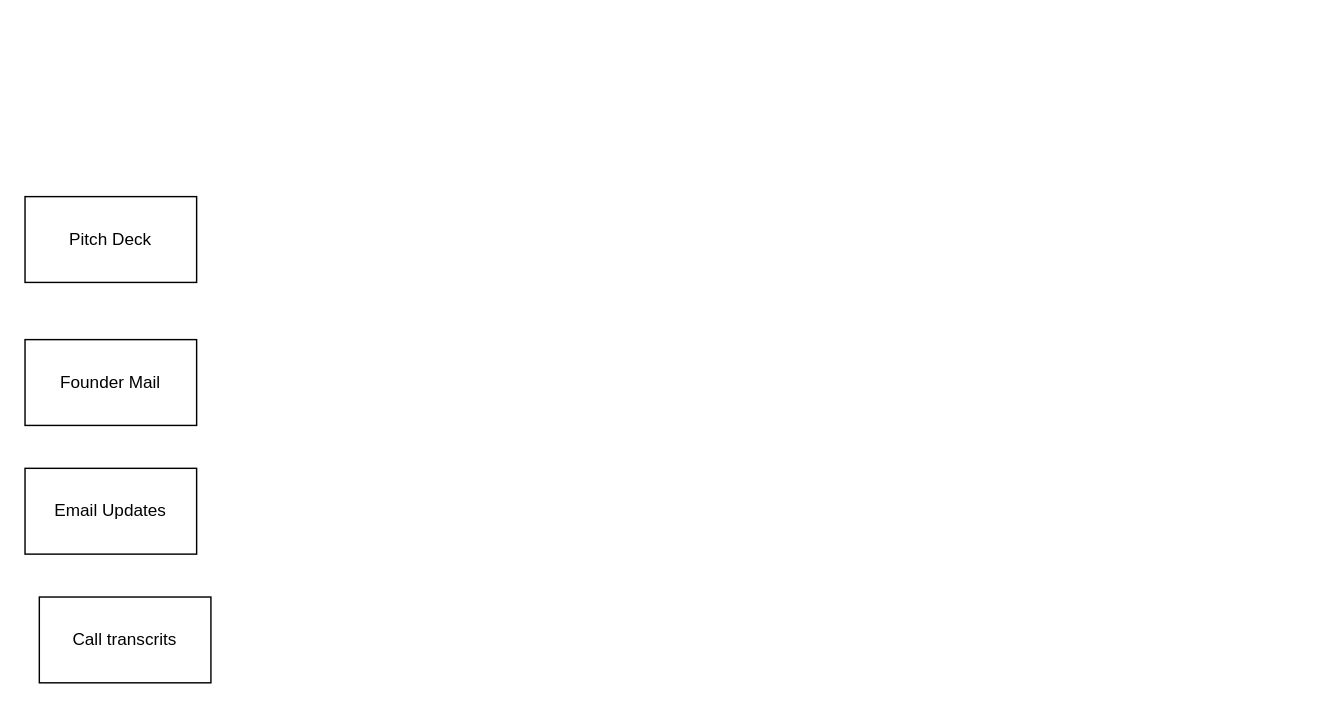
Earlier version of the draw.io diagram Untitled Diagram.drawio (arunkumar09052024/fastap-render). Source tidied: cells renumbered, new cells numbered last; positions are measured from the earlier drawing's top-left corner, leaving out a move shared by most shapes. Both pictures are drawn from the tidied source at 143%, with x=0, y=0 at pixel (24, 196).
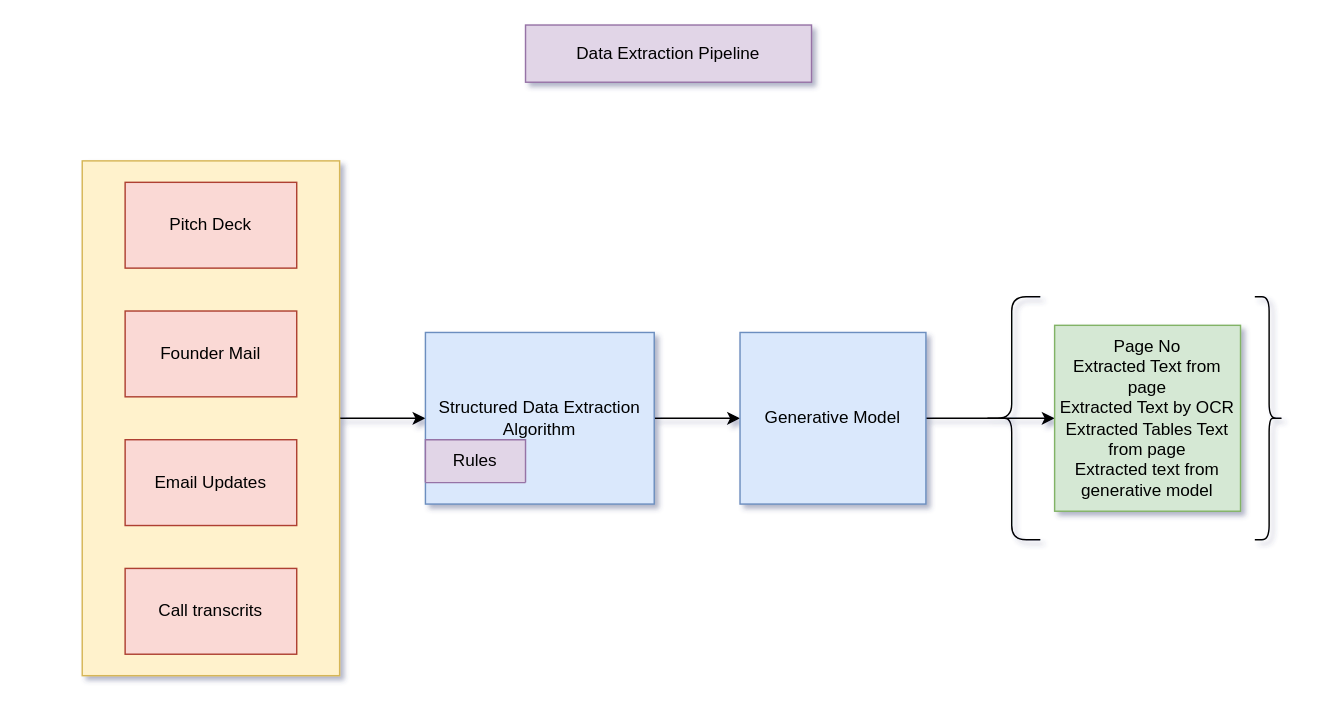
Above is the later version.

Diff of the diagram source:
```diff
@@
-<mxGraphModel>
+<mxGraphModel shadow="1">
   <root>
     <mxCell id="0" />
     <mxCell id="1" parent="0" />
+    <mxCell id="6" style="edgeStyle=orthogonalEdgeStyle;rounded=0;jettySize=auto;html=1;flowAnimation=1;" parent="1" edge="1" source="7" target="9">
+      <mxGeometry relative="1" as="geometry" />
+    </mxCell>
+    <mxCell id="7" style="rounded=0;whiteSpace=wrap;html=1;fillColor=#fff2cc;strokeColor=#d6b656;" parent="1" vertex="1">
+      <mxGeometry x="40" y="-25" width="180" height="360" as="geometry" />
+    </mxCell>
-    <mxCell id="2" value="Pitch Deck" style="rounded=0;whiteSpace=wrap;html=1;" parent="1" vertex="1">
-      <mxGeometry width="120" height="60" as="geometry" />
+    <mxCell id="2" value="Pitch Deck" style="rounded=0;whiteSpace=wrap;html=1;fillColor=#fad9d5;strokeColor=#ae4132;" parent="1" vertex="1">
+      <mxGeometry x="70" y="-10" width="120" height="60" as="geometry" />
     </mxCell>
-    <mxCell id="3" value="Founder Mail" style="rounded=0;whiteSpace=wrap;html=1;" parent="1" vertex="1">
-      <mxGeometry y="100" width="120" height="60" as="geometry" />
+    <mxCell id="3" value="Founder Mail" style="rounded=0;whiteSpace=wrap;html=1;fillColor=#fad9d5;strokeColor=#ae4132;" parent="1" vertex="1">
+      <mxGeometry x="70" y="80" width="120" height="60" as="geometry" />
     </mxCell>
-    <mxCell id="4" value="Email Updates" style="rounded=0;whiteSpace=wrap;html=1;" parent="1" vertex="1">
-      <mxGeometry y="190" width="120" height="60" as="geometry" />
+    <mxCell id="4" value="Email Updates" style="rounded=0;whiteSpace=wrap;html=1;fillColor=#fad9d5;strokeColor=#ae4132;" parent="1" vertex="1">
+      <mxGeometry x="70" y="170" width="120" height="60" as="geometry" />
     </mxCell>
-    <mxCell id="5" value="Call transcrits" style="rounded=0;whiteSpace=wrap;html=1;" parent="1" vertex="1">
-      <mxGeometry x="10" y="280" width="120" height="60" as="geometry" />
+    <mxCell id="5" value="Call transcrits" style="rounded=0;whiteSpace=wrap;html=1;fillColor=#fad9d5;strokeColor=#ae4132;" parent="1" vertex="1">
+      <mxGeometry x="70" y="260" width="120" height="60" as="geometry" />
     </mxCell>
+    <mxCell id="8" style="edgeStyle=orthogonalEdgeStyle;rounded=0;jettySize=auto;html=1;flowAnimation=1;" parent="1" edge="1" source="9" target="12">
+      <mxGeometry relative="1" as="geometry" />
+    </mxCell>
+    <mxCell id="9" value="Structured Data Extraction Algorithm" style="rounded=0;whiteSpace=wrap;html=1;fillColor=#dae8fc;strokeColor=#6c8ebf;" parent="1" vertex="1">
+      <mxGeometry x="280" y="95" width="160" height="120" as="geometry" />
+    </mxCell>
+    <mxCell id="10" value="Rules" style="swimlane;fontStyle=0;horizontal=1;startSize=30;whiteSpace=wrap;html=1;fillColor=#e1d5e7;strokeColor=#9673a6;" parent="1" vertex="1" collapsed="1">
+      <mxGeometry x="280" y="170" width="70" height="30" as="geometry" />
+    </mxCell>
+    <mxCell id="11" style="edgeStyle=orthogonalEdgeStyle;rounded=0;jettySize=auto;html=1;flowAnimation=1;shadow=0;" parent="1" edge="1" source="12" target="14">
+      <mxGeometry relative="1" as="geometry" />
+    </mxCell>
+    <mxCell id="12" value="Generative Model" style="rounded=0;whiteSpace=wrap;html=1;fillColor=#dae8fc;strokeColor=#6c8ebf;" parent="1" vertex="1">
+      <mxGeometry x="500" y="95" width="130" height="120" as="geometry" />
+    </mxCell>
+    <mxCell id="13" style="shape=curlyBracket;whiteSpace=wrap;html=1;rounded=1;labelPosition=left;verticalLabelPosition=middle;align=right;verticalAlign=middle;" parent="1" vertex="1">
+      <mxGeometry x="670" y="70" width="40" height="170" as="geometry" />
+    </mxCell>
+    <mxCell id="14" value="&lt;div&gt;Page No&lt;/div&gt;&lt;div&gt;Extracted Text from page&lt;/div&gt;&lt;div&gt;Extracted Text by OCR&lt;/div&gt;&lt;div&gt;Extracted Tables Text from page&lt;/div&gt;&lt;div&gt;Extracted text from generative model&lt;/div&gt;" style="whiteSpace=wrap;html=1;fillColor=#d5e8d4;strokeColor=#82b366;" parent="1" vertex="1">
+      <mxGeometry x="720" y="90" width="130" height="130" as="geometry" />
+    </mxCell>
+    <mxCell id="15" style="shape=curlyBracket;whiteSpace=wrap;html=1;rounded=1;flipH=1;labelPosition=right;verticalLabelPosition=middle;align=left;verticalAlign=middle;" parent="1" vertex="1">
+      <mxGeometry x="860" y="70" width="20" height="170" as="geometry" />
+    </mxCell>
+    <mxCell id="16" value="Data Extraction Pipeline" style="whiteSpace=wrap;html=1;fillColor=#e1d5e7;strokeColor=#9673a6;" parent="1" vertex="1">
+      <mxGeometry x="350" y="-120" width="200" height="40" as="geometry" />
+    </mxCell>
   </root>
 </mxGraphModel>
```
